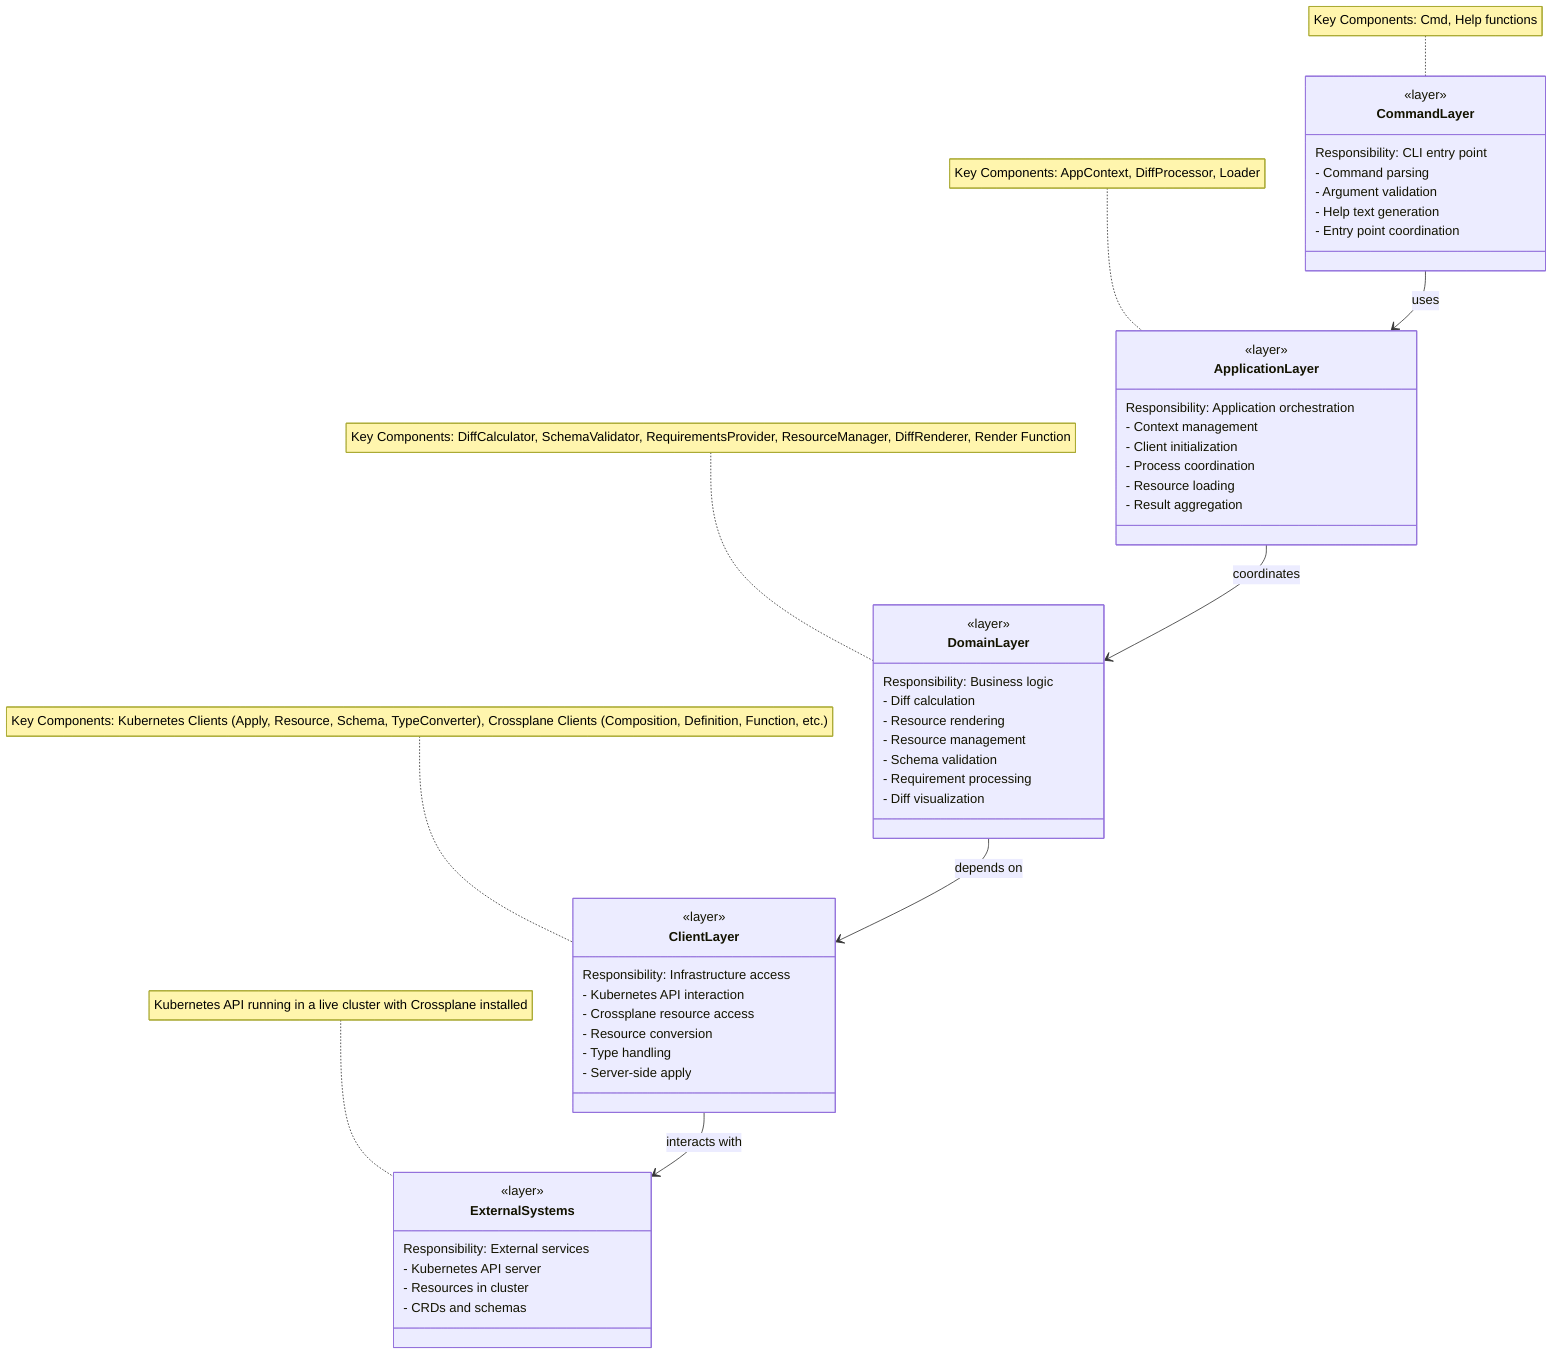
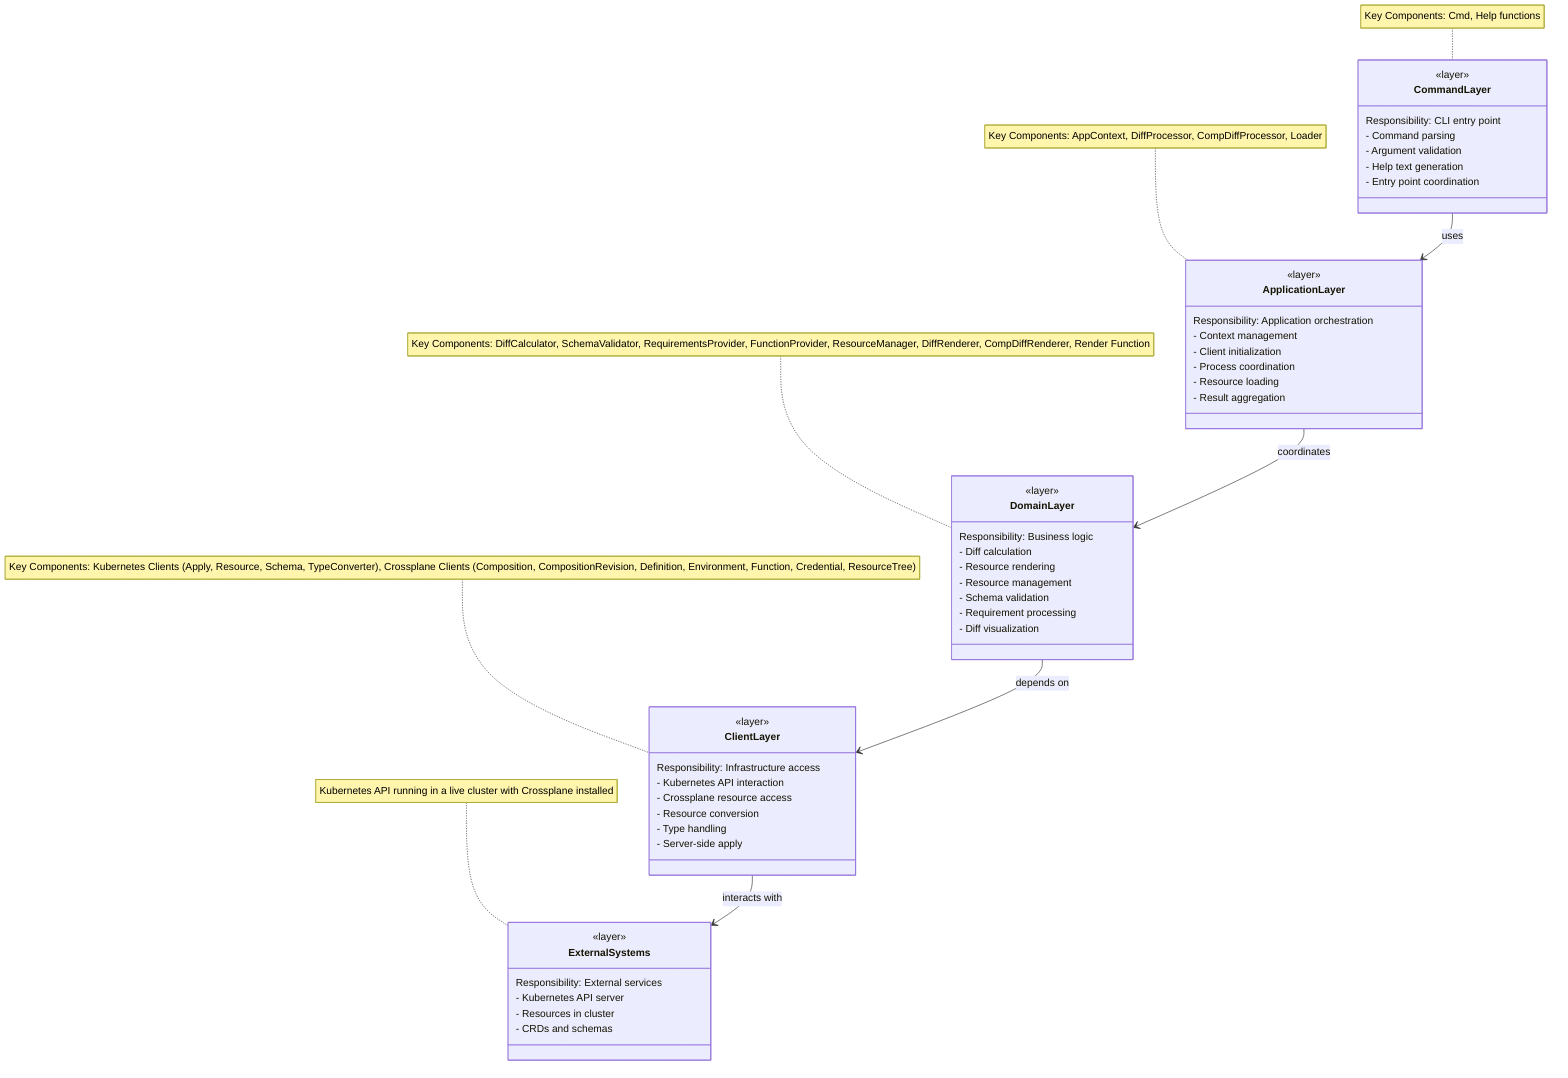
classDiagram
    class CommandLayer {
        <<layer>>
        Responsibility: CLI entry point
        - Command parsing
        - Argument validation
        - Help text generation
        - Entry point coordination
    }

    class ApplicationLayer {
        <<layer>>
        Responsibility: Application orchestration
        - Context management
        - Client initialization
        - Process coordination
        - Resource loading
        - Result aggregation
    }

    class DomainLayer {
        <<layer>>
        Responsibility: Business logic
        - Diff calculation
        - Resource rendering
        - Resource management
        - Schema validation
        - Requirement processing
        - Diff visualization
    }

    class ClientLayer {
        <<layer>>
        Responsibility: Infrastructure access
        - Kubernetes API interaction
        - Crossplane resource access
        - Resource conversion
        - Type handling
        - Server-side apply
    }

    class ExternalSystems {
        <<layer>>
        Responsibility: External services
        - Kubernetes API server
        - Resources in cluster
        - CRDs and schemas
    }

    CommandLayer --> ApplicationLayer : uses
    ApplicationLayer --> DomainLayer : coordinates
    DomainLayer --> ClientLayer : depends on
    ClientLayer --> ExternalSystems : interacts with

    note for CommandLayer "Key Components: Cmd, Help functions"
-     note for ApplicationLayer "Key Components: AppContext, DiffProcessor, Loader"
-     note for DomainLayer "Key Components: DiffCalculator, SchemaValidator, RequirementsProvider, ResourceManager, DiffRenderer, Render Function"
-     note for ClientLayer "Key Components: Kubernetes Clients (Apply, Resource, Schema, TypeConverter), Crossplane Clients (Composition, Definition, Function, etc.)"
+     note for ApplicationLayer "Key Components: AppContext, DiffProcessor, CompDiffProcessor, Loader"
+     note for DomainLayer "Key Components: DiffCalculator, SchemaValidator, RequirementsProvider, FunctionProvider, ResourceManager, DiffRenderer, CompDiffRenderer, Render Function"
+     note for ClientLayer "Key Components: Kubernetes Clients (Apply, Resource, Schema, TypeConverter), Crossplane Clients (Composition, CompositionRevision, Definition, Environment, Function, Credential, ResourceTree)"
    note for ExternalSystems "Kubernetes API running in a live cluster with Crossplane installed"
